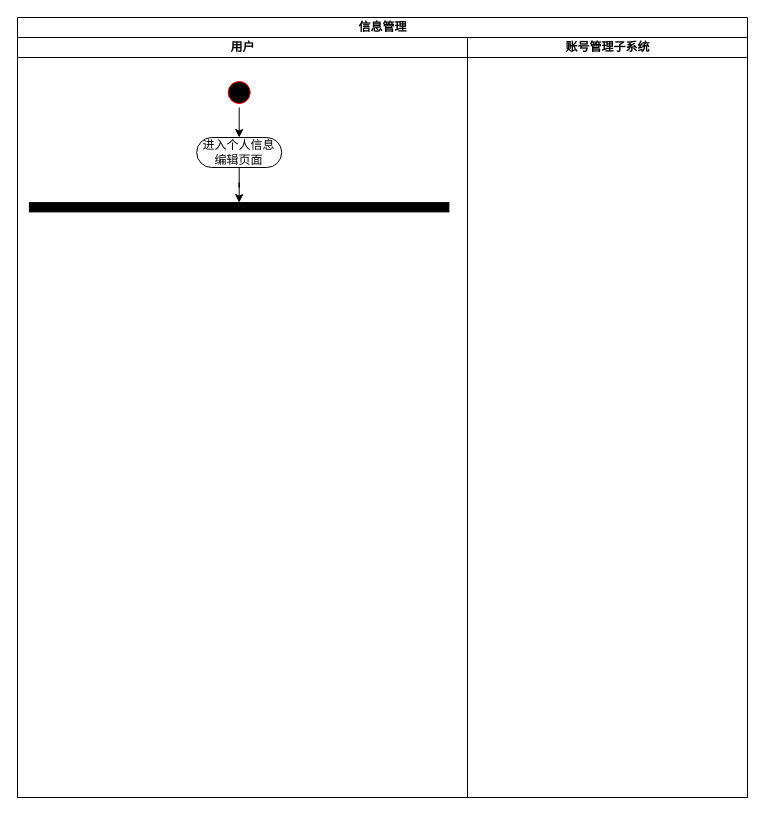
This is 信息管理活动图.drawio from PomeloLemon/SoftwareDiagrams, a draw.io file, before an edit. Source tidied: cells renumbered, new cells numbered last; positions are measured from the earlier drawing's top-left corner, leaving out a move shared by most shapes. Both pictures are drawn from the tidied source at 100%, with x=0, y=0 at pixel (17, -3).
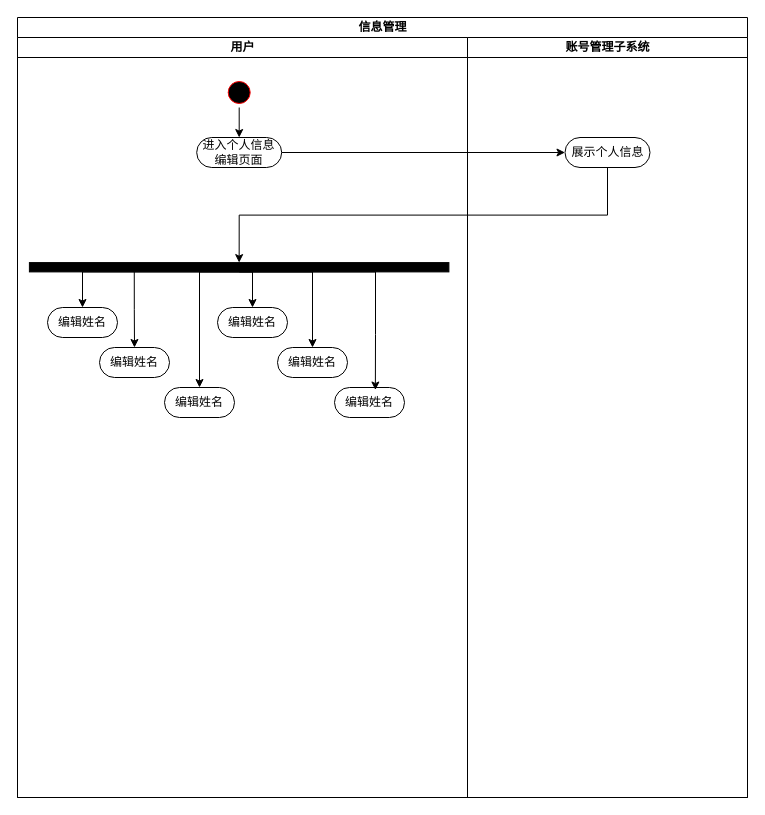
The same diagram, later.

Commit message (it also covers changes not shown here):
更新信息管理活动图.drawio

Unchanged cells that the change refers to:
```xml
<mxCell id="2" value="信息管理" style="swimlane;startSize=20;html=1;" parent="1" vertex="1">
  <mxGeometry y="20" width="730" height="780" as="geometry" />
</mxCell>
<mxCell id="3" value="用户" style="swimlane;startSize=20;html=1;" parent="2" vertex="1">
  <mxGeometry y="20" width="450" height="760" as="geometry" />
</mxCell>
<mxCell id="7" value="进入个人信息编辑页面" style="rounded=1;whiteSpace=wrap;html=1;shadow=0;comic=0;labelBackgroundColor=none;strokeWidth=1;fontFamily=Verdana;fontSize=12;align=center;arcSize=50;" parent="3" vertex="1">
  <mxGeometry x="179.2" y="100" width="85" height="30" as="geometry" />
</mxCell>
<mxCell id="9" value="账号管理子系统" style="swimlane;startSize=20;html=1;" parent="2" vertex="1">
  <mxGeometry x="450" y="20" width="280" height="760" as="geometry" />
</mxCell>
```

What changed in the source:
```diff
@@
-    <mxCell id="6" style="edgeStyle=orthogonalEdgeStyle;rounded=0;jettySize=auto;html=1;entryX=0.5;entryY=1;entryDx=0;entryDy=0;" parent="3" edge="1" source="7" target="8">
-      <mxGeometry relative="1" as="geometry" />
-    </mxCell>
@@
+    <mxCell id="10" style="edgeStyle=orthogonalEdgeStyle;rounded=0;jettySize=auto;html=1;exitX=0.5;exitY=0;exitDx=0;exitDy=0;entryX=0.5;entryY=0;entryDx=0;entryDy=0;" parent="3" edge="1" source="8" target="15">
+      <mxGeometry relative="1" as="geometry">
+        <Array as="points">
+          <mxPoint x="65" y="234" />
+        </Array>
+      </mxGeometry>
+    </mxCell>
+    <mxCell id="11" style="edgeStyle=orthogonalEdgeStyle;rounded=0;jettySize=auto;html=1;exitX=0.75;exitY=0;exitDx=0;exitDy=0;" parent="3" edge="1" source="8" target="16">
+      <mxGeometry relative="1" as="geometry" />
+    </mxCell>
+    <mxCell id="12" style="edgeStyle=orthogonalEdgeStyle;rounded=0;jettySize=auto;html=1;exitX=0.5;exitY=0;exitDx=0;exitDy=0;entryX=0.5;entryY=0;entryDx=0;entryDy=0;" parent="3" edge="1" source="8" target="17">
+      <mxGeometry relative="1" as="geometry">
+        <Array as="points">
+          <mxPoint x="182" y="234" />
+        </Array>
+      </mxGeometry>
+    </mxCell>
+    <mxCell id="13" style="edgeStyle=orthogonalEdgeStyle;rounded=0;jettySize=auto;html=1;exitX=0.5;exitY=0;exitDx=0;exitDy=0;entryX=0.5;entryY=0;entryDx=0;entryDy=0;" parent="3" edge="1" source="8" target="18">
+      <mxGeometry relative="1" as="geometry" />
+    </mxCell>
+    <mxCell id="14" style="edgeStyle=orthogonalEdgeStyle;rounded=0;jettySize=auto;html=1;exitX=0.5;exitY=0;exitDx=0;exitDy=0;entryX=0.5;entryY=0;entryDx=0;entryDy=0;" parent="3" edge="1" source="8" target="19">
+      <mxGeometry relative="1" as="geometry">
+        <Array as="points">
+          <mxPoint x="295" y="234" />
+        </Array>
+      </mxGeometry>
+    </mxCell>
     <mxCell id="8" style="whiteSpace=wrap;html=1;rounded=0;shadow=0;comic=0;labelBackgroundColor=none;strokeWidth=1;fillColor=#000000;fontFamily=Verdana;fontSize=12;align=center;rotation=90;direction=south;" parent="3" vertex="1">
-      <mxGeometry x="217" y="-40" width="9.3" height="419.5" as="geometry" />
+      <mxGeometry x="217" y="20" width="9.3" height="419.5" as="geometry" />
     </mxCell>
+    <mxCell id="15" value="编辑姓名" style="rounded=1;whiteSpace=wrap;html=1;shadow=0;comic=0;labelBackgroundColor=none;strokeWidth=1;fontFamily=Verdana;fontSize=12;align=center;arcSize=50;" parent="3" vertex="1">
+      <mxGeometry x="30" y="270" width="70" height="30" as="geometry" />
+    </mxCell>
+    <mxCell id="16" value="编辑姓名" style="rounded=1;whiteSpace=wrap;html=1;shadow=0;comic=0;labelBackgroundColor=none;strokeWidth=1;fontFamily=Verdana;fontSize=12;align=center;arcSize=50;" parent="3" vertex="1">
+      <mxGeometry x="82" y="310" width="70" height="30" as="geometry" />
+    </mxCell>
+    <mxCell id="17" value="编辑姓名" style="rounded=1;whiteSpace=wrap;html=1;shadow=0;comic=0;labelBackgroundColor=none;strokeWidth=1;fontFamily=Verdana;fontSize=12;align=center;arcSize=50;" parent="3" vertex="1">
+      <mxGeometry x="147" y="350" width="70" height="30" as="geometry" />
+    </mxCell>
+    <mxCell id="18" value="编辑姓名" style="rounded=1;whiteSpace=wrap;html=1;shadow=0;comic=0;labelBackgroundColor=none;strokeWidth=1;fontFamily=Verdana;fontSize=12;align=center;arcSize=50;" parent="3" vertex="1">
+      <mxGeometry x="200" y="270" width="70" height="30" as="geometry" />
+    </mxCell>
+    <mxCell id="19" value="编辑姓名" style="rounded=1;whiteSpace=wrap;html=1;shadow=0;comic=0;labelBackgroundColor=none;strokeWidth=1;fontFamily=Verdana;fontSize=12;align=center;arcSize=50;" parent="3" vertex="1">
+      <mxGeometry x="260" y="310" width="70" height="30" as="geometry" />
+    </mxCell>
+    <mxCell id="20" value="编辑姓名" style="rounded=1;whiteSpace=wrap;html=1;shadow=0;comic=0;labelBackgroundColor=none;strokeWidth=1;fontFamily=Verdana;fontSize=12;align=center;arcSize=50;" parent="3" vertex="1">
+      <mxGeometry x="317" y="350" width="70" height="30" as="geometry" />
+    </mxCell>
+    <mxCell id="21" style="edgeStyle=orthogonalEdgeStyle;rounded=0;jettySize=auto;html=1;exitX=0.5;exitY=0;exitDx=0;exitDy=0;entryX=0.584;entryY=0.084;entryDx=0;entryDy=0;entryPerimeter=0;" parent="3" edge="1" source="8" target="20">
+      <mxGeometry relative="1" as="geometry">
+        <Array as="points">
+          <mxPoint x="358" y="234" />
+          <mxPoint x="358" y="297" />
+        </Array>
+      </mxGeometry>
+    </mxCell>
@@
+    <mxCell id="22" value="展示个人信息" style="rounded=1;whiteSpace=wrap;html=1;shadow=0;comic=0;labelBackgroundColor=none;strokeWidth=1;fontFamily=Verdana;fontSize=12;align=center;arcSize=50;" parent="9" vertex="1">
+      <mxGeometry x="97.5" y="100" width="85" height="30" as="geometry" />
+    </mxCell>
+    <mxCell id="23" style="edgeStyle=orthogonalEdgeStyle;rounded=0;jettySize=auto;html=1;" parent="2" edge="1" source="7" target="22">
+      <mxGeometry relative="1" as="geometry" />
+    </mxCell>
+    <mxCell id="24" style="edgeStyle=orthogonalEdgeStyle;rounded=0;jettySize=auto;html=1;exitX=0.5;exitY=1;exitDx=0;exitDy=0;entryX=0.5;entryY=1;entryDx=0;entryDy=0;" parent="2" edge="1" source="22" target="8">
+      <mxGeometry relative="1" as="geometry" />
+    </mxCell>
```
